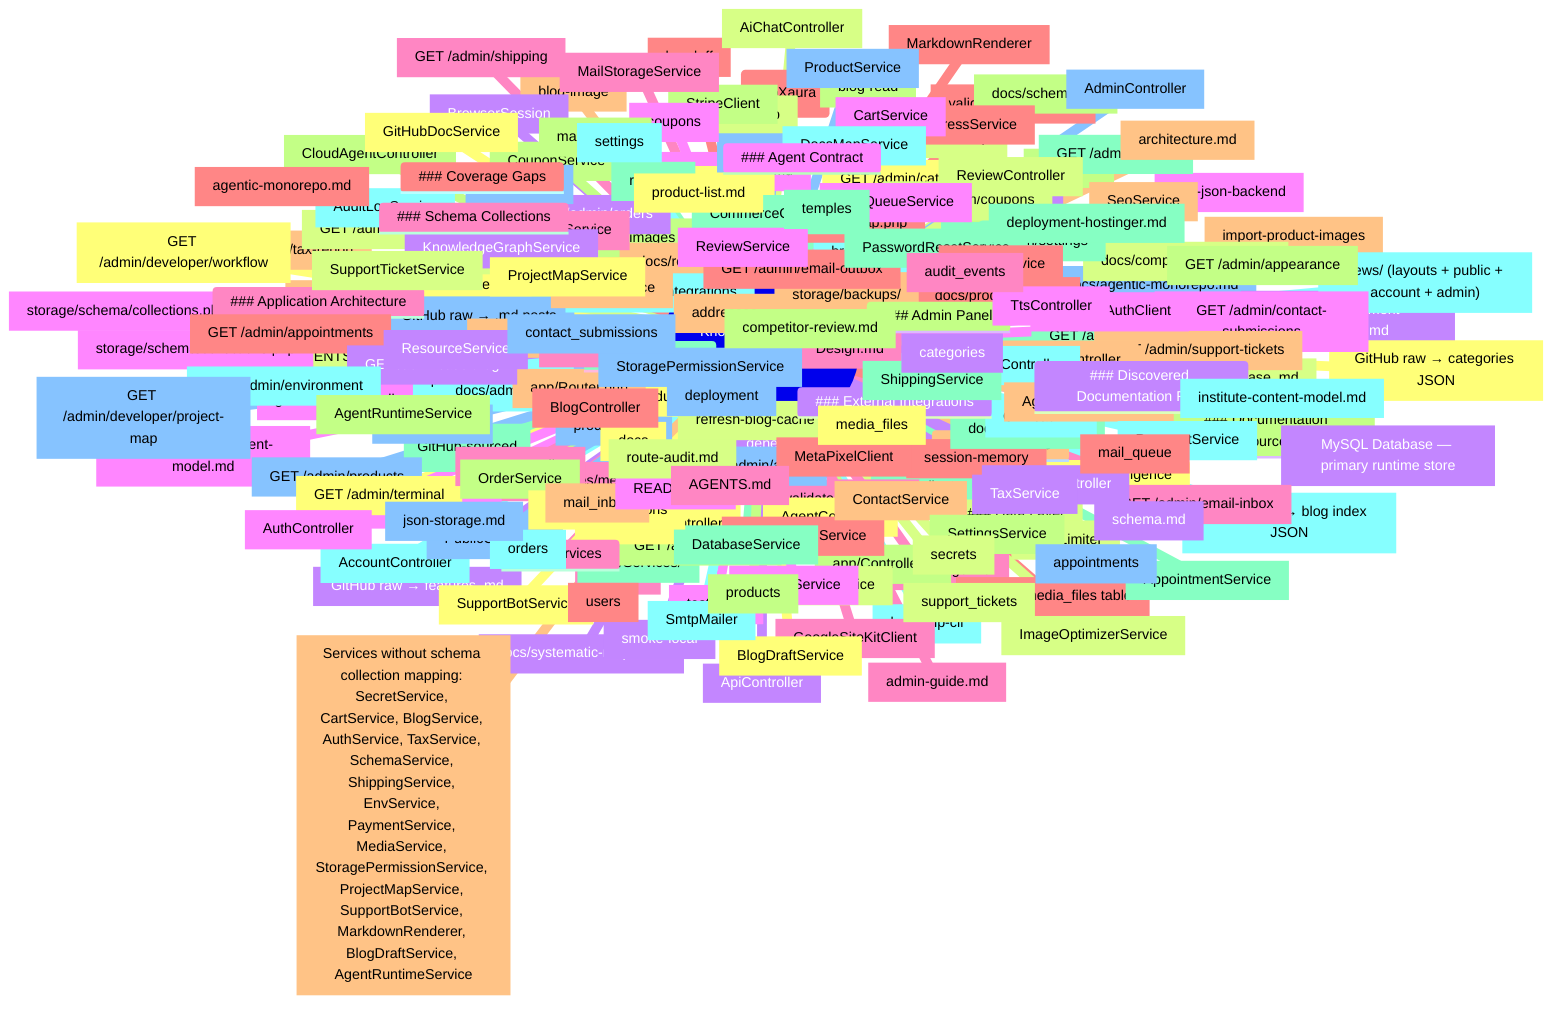
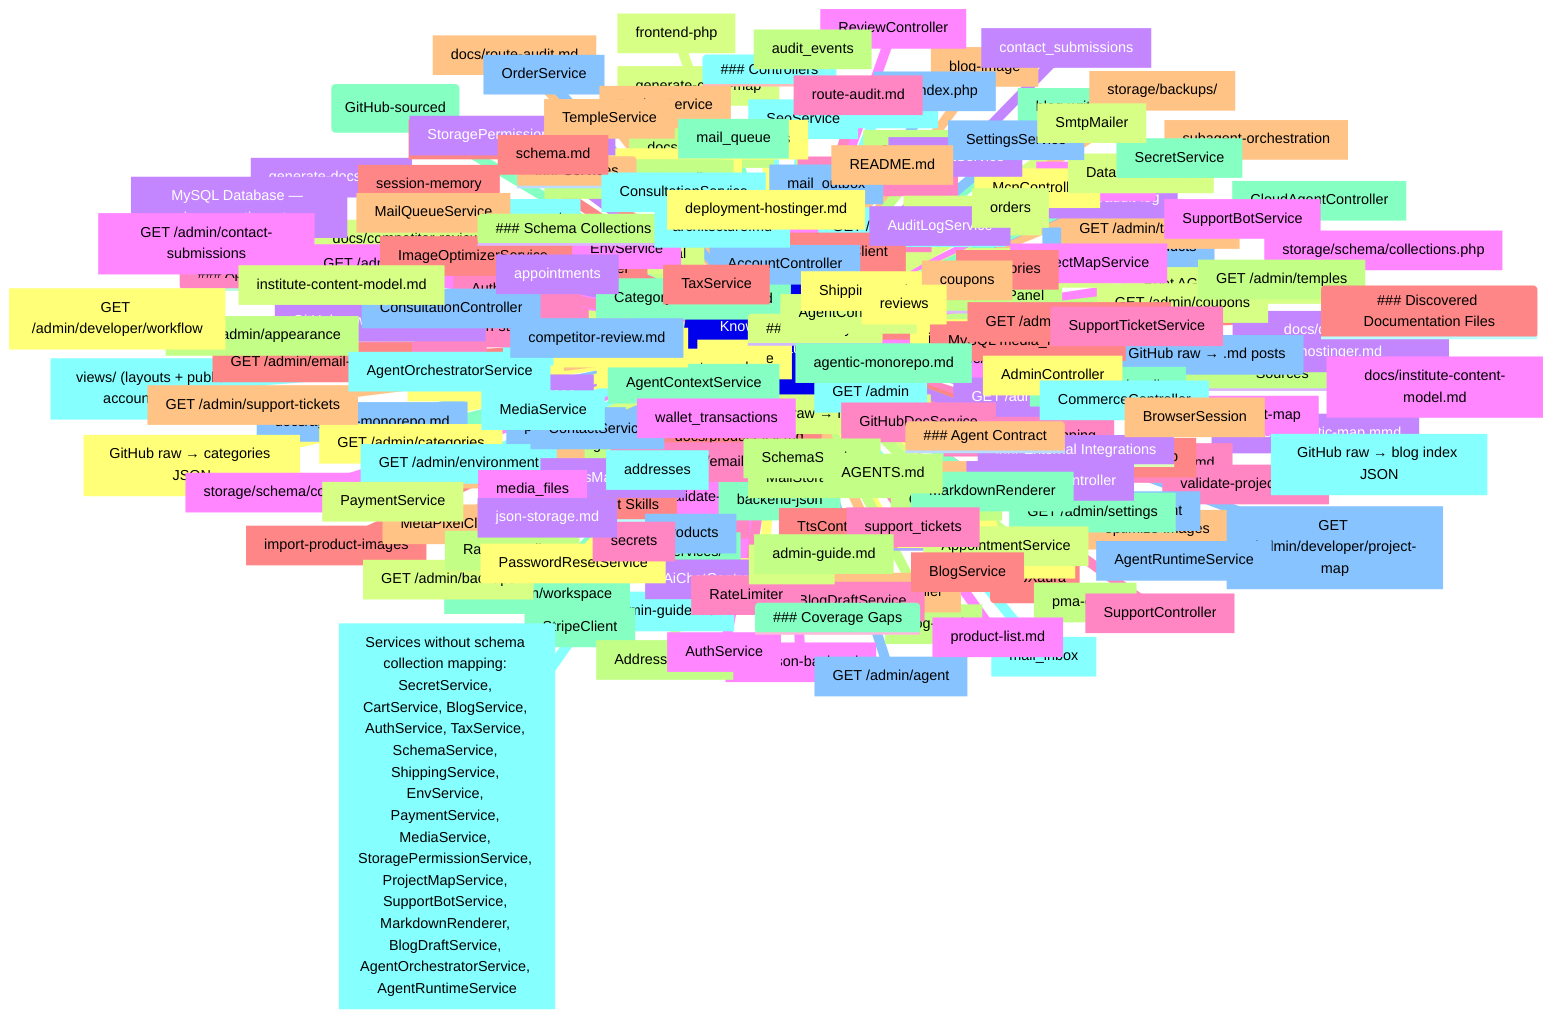
mindmap
  root(("Knowledge Map — bapXaura"))

    ### Repository Intelligence
    AGENTS_FILES["Root AGENTS.md contract"]
    SYSTEMATIC_MAP["docs/systematic-map.mmd"]
    COLLECTIONS_SCHEMA["storage/schema/collections.php"]
    DESIGN_SYSTEM["Design.md"]

    ### CLI (bapXaura)
    CLI_blog_image["blog-image"]
    CLI_blog_read["blog-read"]
    CLI_blog_write["blog-write"]
    CLI_browser_agent["browser-agent"]
    CLI_doc_read["doc-read"]
    CLI_doc_write["doc-write"]
    CLI_generate_code_map["generate-code-map"]
    CLI_generate_docs_map["generate-docs-map"]
-     CLI_generate_okf_bundle["generate-okf-bundle"]
    CLI_generate_project_map["generate-project-map"]
    CLI_handoff["handoff"]
    CLI_import_product_images["import-product-images"]
    CLI_optimize_images["optimize-images"]
    CLI_pma_client["pma-client"]
    CLI_process_mail_queue["process-mail-queue"]
    CLI_product_read["product-read"]
    CLI_product_write["product-write"]
    CLI_refresh_blog_cache["refresh-blog-cache"]
    CLI_smoke_local["smoke-local"]
    CLI_test_race["test_race"]
    CLI_validate_docs_map["validate-docs-map"]
    CLI_validate_project_map["validate-project-map"]

    ### Agent Skills
    SKILL_admin_ui["admin-ui"]
+     SKILL_agent_evals["agent-evals"]
    SKILL_backend_json["backend-json"]
    SKILL_bapxphp_cli["bapxphp-cli"]
    SKILL_deployment["deployment"]
    SKILL_docs["docs"]
    SKILL_frontend_php["frontend-php"]
    SKILL_git["git"]
    SKILL_php_json_backend["php-json-backend"]
    SKILL_schema["schema"]
    SKILL_session_memory["session-memory"]
    SKILL_subagent_orchestration["subagent-orchestration"]

    ### Documentation Sources
    DOCS_readme_md["docs/README.md"]
    DOCS_admin_guide_md["docs/admin-guide.md"]
    DOCS_agentic_monorepo_md["docs/agentic-monorepo.md"]
    DOCS_architecture_md["docs/architecture.md"]
    DOCS_competitor_review_md["docs/competitor-review.md"]
    DOCS_deployment_hostinger_md["docs/deployment-hostinger.md"]
    DOCS_institute_content_model_md["docs/institute-content-model.md"]
    DOCS_json_storage_md["docs/json-storage.md"]
    DOCS_product_list_md["docs/product-list.md"]
    DOCS_route_audit_md["docs/route-audit.md"]
    DOCS_schema_md["docs/schema.md"]

    ### Blog & Content (GitHub-sourced)
    BLOG_INDEX["GitHub raw → blog index JSON"]
    BLOG_POSTS["GitHub raw → .md posts"]
    BLOG_CATEGORIES["GitHub raw → categories JSON"]
    RELEASE_NOTES["GitHub raw → release .md"]
    FEATURE_UPDATES["GitHub raw → features .md"]
    CACHE["storage/cache/*.md"]

    ### Application Architecture
    PHP_BOOTSTRAP["app/bootstrap.php"]
    PHP_ROUTER["app/Router.php"]
    PHP_CONTROLLERS["app/Controllers/"]
    PHP_SERVICES["app/Services/"]
    PHP_VIEWS["views/ (layouts + public + account + admin)"]
    PHP_API["api/index.php"]
    PHP_INTEGRATIONS["integrations/"]

    ### Data Layer
    MYSQL_TABLES["MySQL Database — primary runtime store"]
    SCHEMA_DEF["storage/schema/collections.php"]
    MEDIA_FILES["assets/images/media/"]
    MEDIA_INDEX["MySQL media_files table"]
    BACKUPS["storage/backups/"]

    ### Admin Panel
    ADMIN_admin_workspace["GET /admin/workspace"]
    ADMIN_admin["GET /admin"]
    ADMIN_admin_products["GET /admin/products"]
    ADMIN_admin_categories["GET /admin/categories"]
    ADMIN_admin_coupons["GET /admin/coupons"]
    ADMIN_admin_orders["GET /admin/orders"]
    ADMIN_admin_orders_id["GET /admin/orders/{id}"]
    ADMIN_admin_shipping["GET /admin/shipping"]
    ADMIN_admin_appointments["GET /admin/appointments"]
    ADMIN_admin_tax_report["GET /admin/tax-report"]
    ADMIN_admin_temples["GET /admin/temples"]
    ADMIN_admin_settings["GET /admin/settings"]
    ADMIN_admin_integrations["GET /admin/integrations"]
    ADMIN_admin_agent["GET /admin/agent"]
    ADMIN_admin_terminal["GET /admin/terminal"]
    ADMIN_admin_backups["GET /admin/backups"]
    ADMIN_admin_audit_log["GET /admin/audit-log"]
    ADMIN_admin_contact_submissions["GET /admin/contact-submissions"]
    ADMIN_admin_email_inbox["GET /admin/email-inbox"]
    ADMIN_admin_email_outbox["GET /admin/email-outbox"]
    ADMIN_admin_support_tickets["GET /admin/support-tickets"]
    ADMIN_admin_appearance["GET /admin/appearance"]
    ADMIN_admin_media["GET /admin/media"]
    ADMIN_admin_environment["GET /admin/environment"]
    ADMIN_admin_developer_project_map["GET /admin/developer/project-map"]
    ADMIN_admin_developer_workflow["GET /admin/developer/workflow"]
    ADMIN_admin_blog["GET /admin/blog"]

    ### External Integrations
+     INTEG_githubchannel["GitHubChannel"]
    INTEG_googleoauthclient["GoogleOAuthClient"]
    INTEG_googlesitekitclient["GoogleSiteKitClient"]
    INTEG_metapixelclient["MetaPixelClient"]
    INTEG_razorpayclient["RazorpayClient"]
    INTEG_stripeclient["StripeClient"]

    ### Controllers
    CTRL_accountcontroller["AccountController"]
    CTRL_admincontroller["AdminController"]
    CTRL_agentcontroller["AgentController"]
    CTRL_aichatcontroller["AiChatController"]
    CTRL_apicontroller["ApiController"]
    CTRL_authcontroller["AuthController"]
    CTRL_basecontroller["BaseController"]
    CTRL_blogcontroller["BlogController"]
    CTRL_browseragentcontroller["BrowserAgentController"]
    CTRL_cloudagentcontroller["CloudAgentController"]
    CTRL_commercecontroller["CommerceController"]
    CTRL_consultationcontroller["ConsultationController"]
+     CTRL_mcpcontroller["McpController"]
    CTRL_publiccontroller["PublicController"]
    CTRL_remotedbcontroller["RemoteDbController"]
    CTRL_reviewcontroller["ReviewController"]
    CTRL_supportcontroller["SupportController"]
    CTRL_ttscontroller["TtsController"]

    ### Services
    SVC_addressservice["AddressService"]
    SVC_agentcontextservice["AgentContextService"]
+     SVC_agentorchestratorservice["AgentOrchestratorService"]
    SVC_agentruntimeservice["AgentRuntimeService"]
+     SVC_aiservice["AiService"]
    SVC_appointmentservice["AppointmentService"]
    SVC_auditlogservice["AuditLogService"]
    SVC_authservice["AuthService"]
    SVC_blogdraftservice["BlogDraftService"]
    SVC_blogservice["BlogService"]
    SVC_browsersession["BrowserSession"]
    SVC_cartservice["CartService"]
    SVC_categoryservice["CategoryService"]
    SVC_consultationservice["ConsultationService"]
    SVC_contactservice["ContactService"]
    SVC_couponservice["CouponService"]
    SVC_databaseservice["DatabaseService"]
    SVC_docsmapservice["DocsMapService"]
    SVC_envservice["EnvService"]
    SVC_githubdocservice["GitHubDocService"]
    SVC_imageoptimizerservice["ImageOptimizerService"]
-     SVC_knowledgegraphservice["KnowledgeGraphService"]
    SVC_mailqueueservice["MailQueueService"]
    SVC_mailstorageservice["MailStorageService"]
    SVC_markdownrenderer["MarkdownRenderer"]
    SVC_mediaservice["MediaService"]
    SVC_orderservice["OrderService"]
    SVC_passwordresetservice["PasswordResetService"]
    SVC_paymentservice["PaymentService"]
    SVC_productservice["ProductService"]
    SVC_projectmapservice["ProjectMapService"]
    SVC_ratelimiter["RateLimiter"]
    SVC_resourceservice["ResourceService"]
    SVC_reviewservice["ReviewService"]
    SVC_schemaservice["SchemaService"]
    SVC_secretservice["SecretService"]
    SVC_seoservice["SeoService"]
    SVC_settingsservice["SettingsService"]
    SVC_shippingservice["ShippingService"]
    SVC_smtpmailer["SmtpMailer"]
    SVC_storagepermissionservice["StoragePermissionService"]
    SVC_supportbotservice["SupportBotService"]
    SVC_supportticketservice["SupportTicketService"]
    SVC_taxservice["TaxService"]
    SVC_templeservice["TempleService"]

    ### Schema Collections
    COL_users["users"]
    COL_addresses["addresses"]
    COL_products["products"]
    COL_temples["temples"]
    COL_orders["orders"]
    COL_appointments["appointments"]
    COL_wallet_transactions["wallet_transactions"]
    COL_support_tickets["support_tickets"]
    COL_categories["categories"]
    COL_coupons["coupons"]
    COL_audit_events["audit_events"]
    COL_mail_queue["mail_queue"]
    COL_mail_inbox["mail_inbox"]
    COL_mail_outbox["mail_outbox"]
    COL_reviews["reviews"]
    COL_settings["settings"]
    COL_contact_submissions["contact_submissions"]
    COL_media_files["media_files"]
    COL_secrets["secrets"]


    ### Discovered Documentation Files
    DOCFILE_readme_md["README.md"]
    DOCFILE_admin_guide_md["admin-guide.md"]
    DOCFILE_agentic_monorepo_md["agentic-monorepo.md"]
    DOCFILE_architecture_md["architecture.md"]
    DOCFILE_competitor_review_md["competitor-review.md"]
    DOCFILE_deployment_hostinger_md["deployment-hostinger.md"]
    DOCFILE_institute_content_model_md["institute-content-model.md"]
    DOCFILE_json_storage_md["json-storage.md"]
    DOCFILE_product_list_md["product-list.md"]
    DOCFILE_route_audit_md["route-audit.md"]
    DOCFILE_schema_md["schema.md"]

    ### Agent Contract
    AGENTFILE_agents_md["AGENTS.md"]

    ### Coverage Gaps
-     GAP_services_without_schema_collection_mapping_secre["Services without schema collection mapping: SecretService, CartService, BlogService, AuthService, TaxService, SchemaService, ShippingService, EnvService, PaymentService, MediaService, StoragePermissionService, ProjectMapService, SupportBotService, MarkdownRenderer, BlogDraftService, AgentRuntimeService"]
+     GAP_services_without_schema_collection_mapping_secre["Services without schema collection mapping: SecretService, CartService, BlogService, AuthService, TaxService, SchemaService, ShippingService, EnvService, PaymentService, MediaService, StoragePermissionService, ProjectMapService, SupportBotService, MarkdownRenderer, BlogDraftService, AgentOrchestratorService, AgentRuntimeService"]
